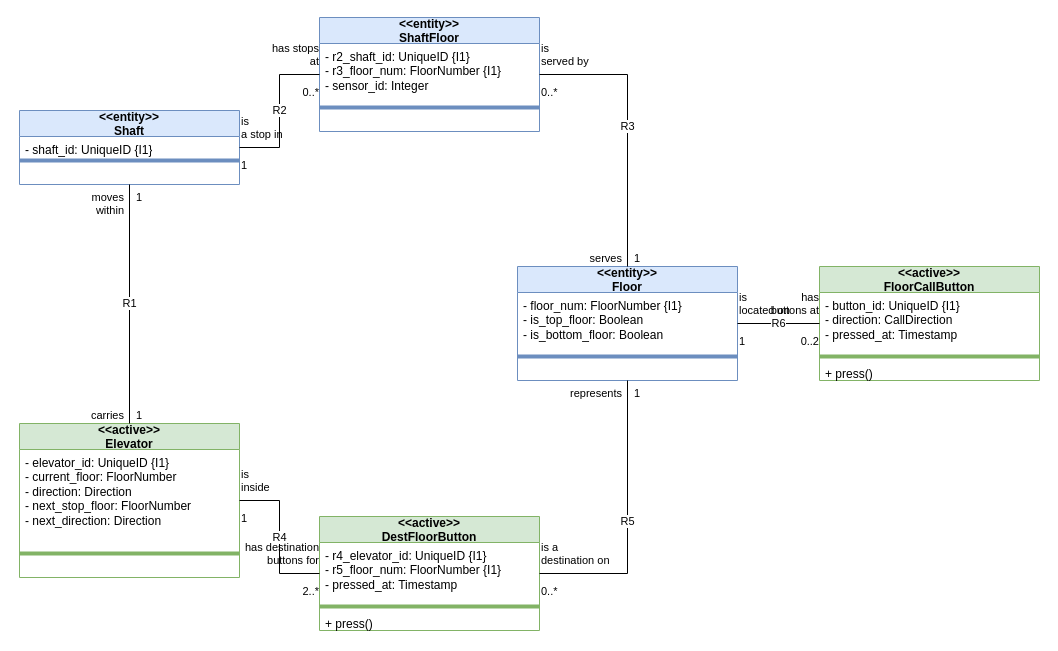
Earlier version of the draw.io diagram examples/elevator/.design/model/diagrams/Elevator-class-diagram.drawio (BChaloux-Cyn/MDF-Simulator). Source tidied: cells renumbered, new cells numbered last; positions are measured from the earlier drawing's top-left corner, leaving out a move shared by most shapes. Both pictures are drawn from the tidied source at 100%, with x=0, y=0 at pixel (19, 17).
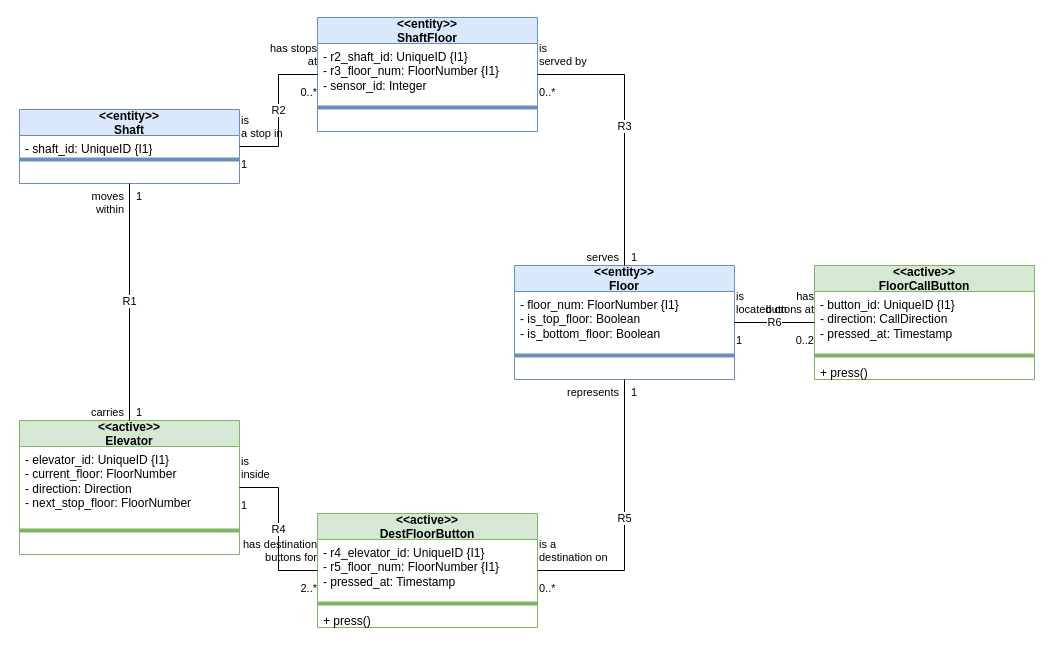
The same diagram, later.

Commit message (it also covers changes not shown here):
chore(elevator): regenerate drawio diagrams

Diff of the diagram source:
```diff
@@
     <mxCell id="2" value="&lt;&lt;active&gt;&gt;&#10;Elevator" style="swimlane;fontStyle=1;horizontal=1;startSize=26;fillColor=#d5e8d4;strokeColor=#82b366;rounded=0;" parent="1" vertex="1">
-      <mxGeometry y="406" width="220" height="154" as="geometry" />
+      <mxGeometry y="403" width="220" height="134" as="geometry" />
     </mxCell>
-    <mxCell id="3" value="- elevator_id: UniqueID {I1}&lt;br&gt;- current_floor: FloorNumber&lt;br&gt;- direction: Direction&lt;br&gt;- next_stop_floor: FloorNumber&lt;br&gt;- next_direction: Direction" style="text;strokeColor=none;fillColor=none;align=left;verticalAlign=top;spacingLeft=4;spacingRight=4;html=1;overflow=hidden;" parent="2" vertex="1">
-      <mxGeometry y="26" width="220" height="100" as="geometry" />
+    <mxCell id="3" value="- elevator_id: UniqueID {I1}&lt;br&gt;- current_floor: FloorNumber&lt;br&gt;- direction: Direction&lt;br&gt;- next_stop_floor: FloorNumber" style="text;strokeColor=none;fillColor=none;align=left;verticalAlign=top;spacingLeft=4;spacingRight=4;html=1;overflow=hidden;" parent="2" vertex="1">
+      <mxGeometry y="26" width="220" height="80" as="geometry" />
     </mxCell>
     <mxCell id="4" style="line;strokeColor=inherit;fillColor=none;align=left;verticalAlign=middle;spacingTop=-1;spacingBottom=-1;spacingLeft=3;spacingRight=3;" parent="2" vertex="1">
-      <mxGeometry y="126" width="220" height="8" as="geometry" />
+      <mxGeometry y="106" width="220" height="8" as="geometry" />
     </mxCell>
     <mxCell id="5" style="text;strokeColor=none;fillColor=none;align=left;verticalAlign=top;spacingLeft=4;spacingRight=4;html=1;overflow=hidden;" parent="2" vertex="1">
-      <mxGeometry y="134" width="220" height="20" as="geometry" />
+      <mxGeometry y="114" width="220" height="20" as="geometry" />
     </mxCell>
     <mxCell id="6" value="&lt;&lt;entity&gt;&gt;&#10;Shaft" style="swimlane;fontStyle=1;horizontal=1;startSize=26;fillColor=#dae8fc;strokeColor=#6c8ebf;rounded=0;" parent="1" vertex="1">
-      <mxGeometry y="93" width="220" height="74" as="geometry" />
+      <mxGeometry y="92" width="220" height="74" as="geometry" />
     </mxCell>
@@
     <mxCell id="10" value="&lt;&lt;entity&gt;&gt;&#10;Floor" style="swimlane;fontStyle=1;horizontal=1;startSize=26;fillColor=#dae8fc;strokeColor=#6c8ebf;rounded=0;" parent="1" vertex="1">
-      <mxGeometry x="498" y="249" width="220" height="114" as="geometry" />
+      <mxGeometry x="495" y="248" width="220" height="114" as="geometry" />
     </mxCell>
@@
     <mxCell id="14" value="&lt;&lt;entity&gt;&gt;&#10;ShaftFloor" style="swimlane;fontStyle=1;horizontal=1;startSize=26;fillColor=#dae8fc;strokeColor=#6c8ebf;rounded=0;" parent="1" vertex="1">
-      <mxGeometry x="300" width="220" height="114" as="geometry" />
+      <mxGeometry x="298" width="220" height="114" as="geometry" />
     </mxCell>
@@
     <mxCell id="18" value="&lt;&lt;active&gt;&gt;&#10;DestFloorButton" style="swimlane;fontStyle=1;horizontal=1;startSize=26;fillColor=#d5e8d4;strokeColor=#82b366;rounded=0;" parent="1" vertex="1">
-      <mxGeometry x="300" y="499" width="220" height="114" as="geometry" />
+      <mxGeometry x="298" y="496" width="220" height="114" as="geometry" />
     </mxCell>
@@
     <mxCell id="22" value="&lt;&lt;active&gt;&gt;&#10;FloorCallButton" style="swimlane;fontStyle=1;horizontal=1;startSize=26;fillColor=#d5e8d4;strokeColor=#82b366;rounded=0;" parent="1" vertex="1">
-      <mxGeometry x="800" y="249" width="220" height="114" as="geometry" />
+      <mxGeometry x="795" y="248" width="220" height="114" as="geometry" />
     </mxCell>
```
